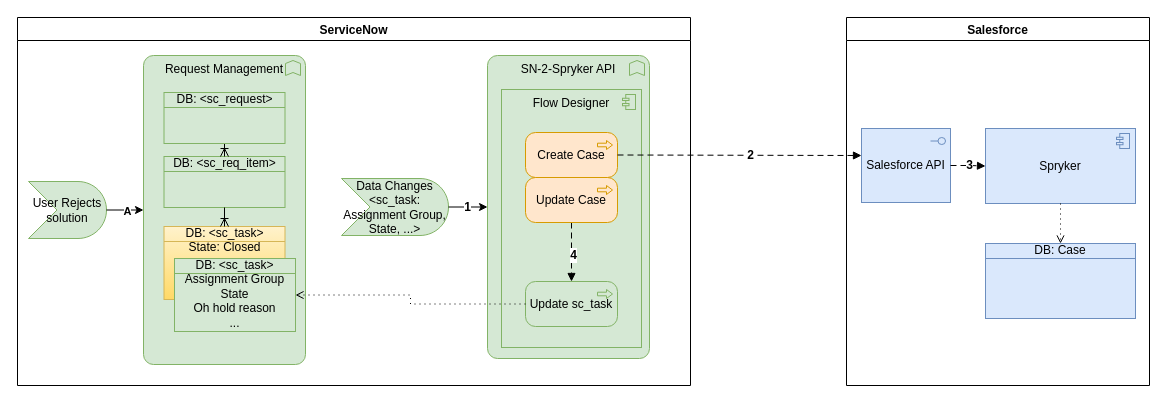
This is page "Reopen" (2 of 3) of SNowSprykerRequest.drawio from algimas/tmp, a draw.io file, before an edit. Source tidied: cells renumbered, new cells numbered last; positions are measured from the earlier drawing's top-left corner, leaving out a move shared by most shapes. Both pictures are drawn from the tidied source at 100%, with x=0, y=0 at pixel (17, 17).
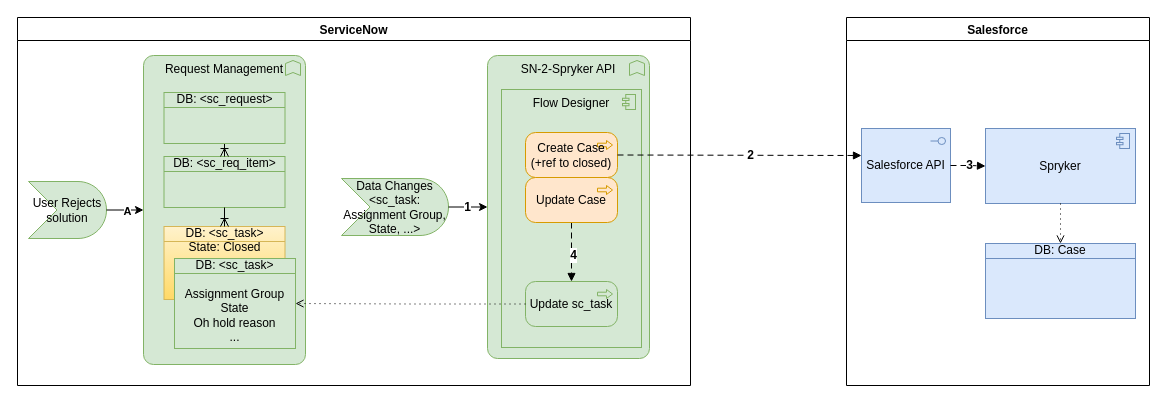
The same diagram, later.

Unchanged cells that the change refers to:
```xml
<mxCell id="9" value="ServiceNow" style="swimlane;" parent="1" vertex="1">
  <mxGeometry width="673" height="368" as="geometry" />
</mxCell>
```

The edit, as a diff of the source:
```diff
@@
-    <mxCell id="22" value="Create Case" style="html=1;outlineConnect=0;whiteSpace=wrap;fillColor=#ffe6cc;shape=mxgraph.archimate3.application;appType=proc;archiType=rounded;strokeColor=#d79b00;" parent="9" vertex="1">
+    <mxCell id="22" value="Create Case (+ref to closed)" style="html=1;outlineConnect=0;whiteSpace=wrap;fillColor=#ffe6cc;shape=mxgraph.archimate3.application;appType=proc;archiType=rounded;strokeColor=#d79b00;" parent="9" vertex="1">
       <mxGeometry x="508" y="115" width="92" height="45" as="geometry" />
     </mxCell>
@@
-    <mxCell id="28" value="&lt;div&gt;DB: &amp;lt;sc_task&amp;gt;&lt;br&gt;&lt;/div&gt;&lt;div&gt;Assignment Group&lt;/div&gt;&lt;div&gt;State&lt;/div&gt;&lt;div&gt;Oh hold reason&lt;/div&gt;&lt;div&gt;...&lt;br&gt;&lt;/div&gt;" style="html=1;outlineConnect=0;whiteSpace=wrap;fillColor=#d5e8d4;shape=mxgraph.archimate3.businessObject;overflow=fill;strokeColor=#82b366;" parent="9" vertex="1">
-      <mxGeometry x="157" y="241" width="121" height="73" as="geometry" />
+    <mxCell id="28" value="&lt;div&gt;DB: &amp;lt;sc_task&amp;gt;&lt;br&gt;&lt;/div&gt;&lt;div&gt;&lt;br&gt;&lt;/div&gt;&lt;div&gt;Assignment Group&lt;/div&gt;&lt;div&gt;State&lt;/div&gt;&lt;div&gt;Oh hold reason&lt;/div&gt;&lt;div&gt;...&lt;br&gt;&lt;/div&gt;" style="html=1;outlineConnect=0;whiteSpace=wrap;fillColor=#d5e8d4;shape=mxgraph.archimate3.businessObject;overflow=fill;strokeColor=#82b366;" parent="9" vertex="1">
+      <mxGeometry x="157" y="241" width="121" height="90" as="geometry" />
     </mxCell>
```
